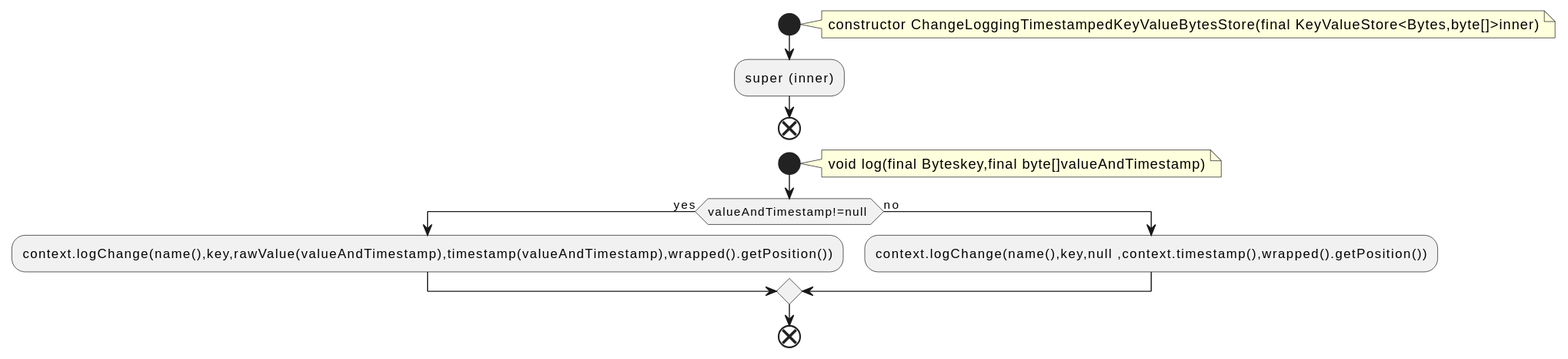
Before: docs/qc/streams/src/main/java/org/apache/kafka/streams/state/internals/ChangeLoggingTimestampedKeyValueBytesStore.java.fct.svg, a diagram exported from PlantUML (qualitesys/kafka).
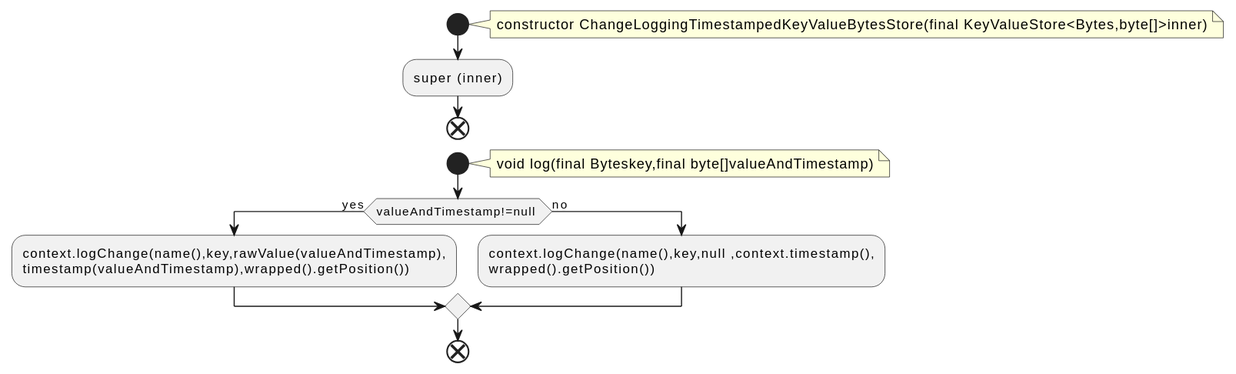
The same diagram one commit later.

Diff of the diagram source:
```diff
@@ -11,9 +11,11 @@
 void log(final Byteskey,final byte[]valueAndTimestamp)
 end note
 if (valueAndTimestamp!=null ) then (yes)
-:context.logChange(name(),key,rawValue(valueAndTimestamp),timestamp(valueAndTimestamp),wrapped().getPosition());
+:context.logChange(name(),key,rawValue(valueAndTimestamp),
+timestamp(valueAndTimestamp),wrapped().getPosition());
 else (no)
-:context.logChange(name(),key,null ,context.timestamp(),wrapped().getPosition());
+:context.logChange(name(),key,null ,context.timestamp(),
+wrapped().getPosition());
 endif
 end
 @enduml
```
